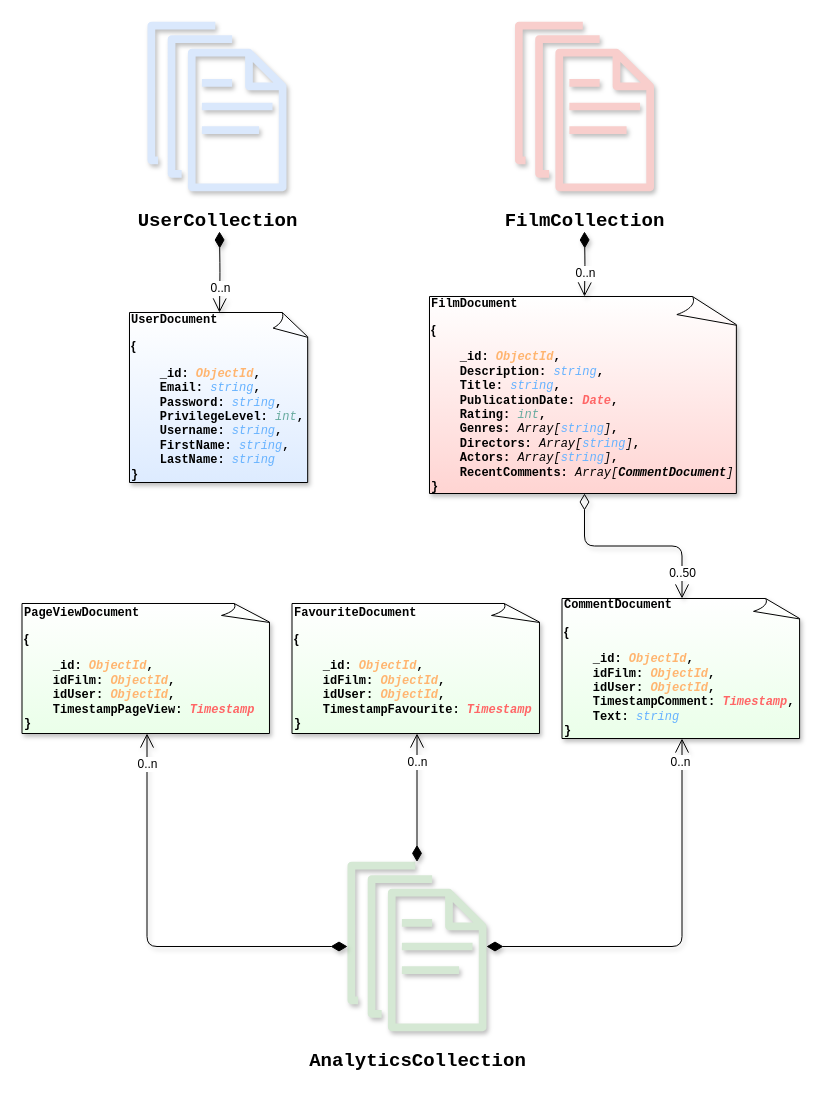
unipi-fr/LargeScaleMultiStructureDatabases keeps this draw.io diagram as Task2/Documentation/Diagrams/Data Model.drawio. Above is the earlier version. Source tidied: cells renumbered, new cells numbered last; positions are measured from the earlier drawing's top-left corner, leaving out a move shared by most shapes. Both pictures are drawn from the tidied source at 100%, with x=0, y=0 at pixel (21, 21).
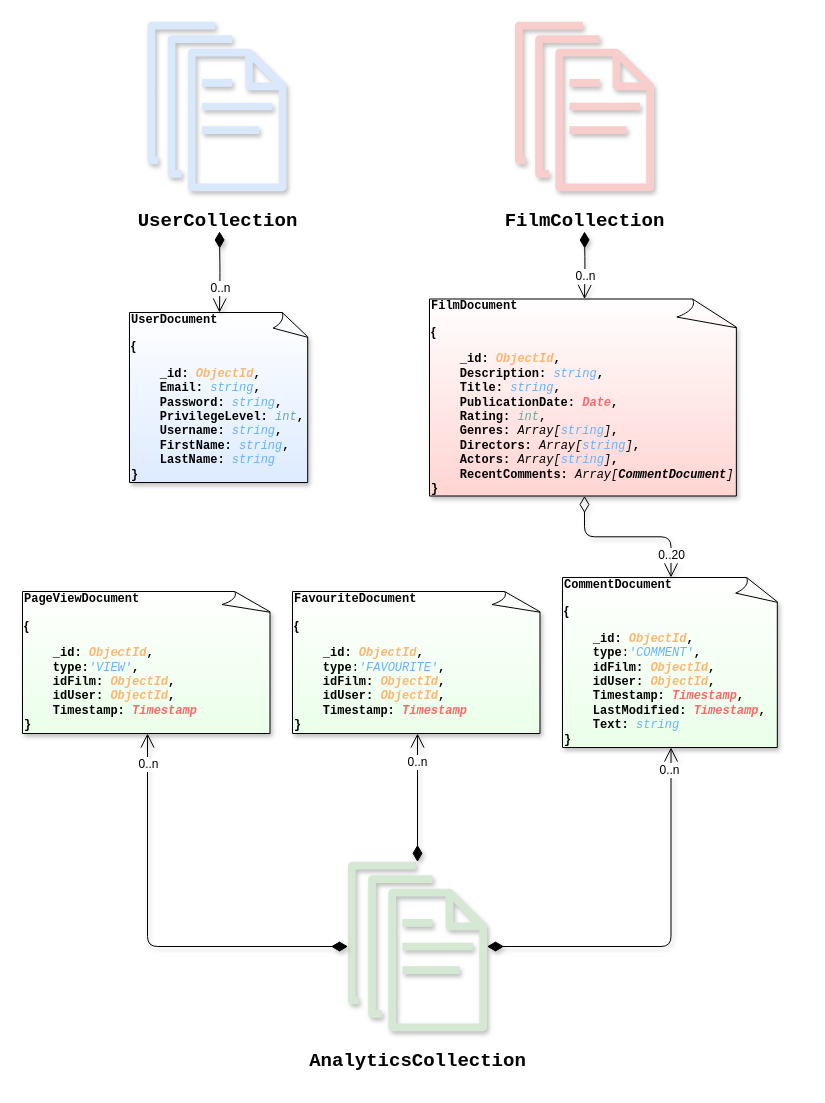
The same page after the edit.

The change refers to these unchanged cells:
```xml
<mxCell id="16" style="endArrow=open;html=1;endSize=12;startArrow=diamondThin;startSize=14;startFill=0;edgeStyle=orthogonalEdgeStyle;align=left;verticalAlign=bottom;entryX=0.5;entryY=0;entryDx=0;entryDy=0;entryPerimeter=0;exitX=0.5;exitY=1;exitDx=0;exitDy=0;exitPerimeter=0;shadow=1;" parent="1" edge="1" source="3" target="4">
  <mxGeometry x="-1" y="3" relative="1" as="geometry" />
</mxCell>
```

The edit, as a diff of the source:
```diff
@@
     <mxCell id="3" value="&lt;pre&gt;&lt;b&gt;FilmDocument&lt;/b&gt;&lt;/pre&gt;&lt;pre&gt;&lt;b style=&quot;font-family: &amp;#34;helvetica&amp;#34; ; white-space: normal&quot;&gt;{&lt;/b&gt;&lt;/pre&gt;&lt;pre&gt;&lt;b&gt;&amp;nbsp; &amp;nbsp; _id: &lt;/b&gt;&lt;font color=&quot;#ffb570&quot;&gt;&lt;b&gt;&lt;i&gt;ObjectId&lt;/i&gt;&lt;/b&gt;&lt;/font&gt;&lt;span style=&quot;font-weight: bold&quot;&gt;,&lt;br&gt;&lt;/span&gt;&lt;b&gt;&amp;nbsp; &amp;nbsp; Description: &lt;/b&gt;&lt;font color=&quot;#66b2ff&quot;&gt;&lt;i&gt;string&lt;/i&gt;&lt;/font&gt;&lt;b&gt;,&lt;br&gt;    Title: &lt;/b&gt;&lt;i&gt;&lt;font color=&quot;#66b2ff&quot;&gt;string&lt;/font&gt;&lt;/i&gt;&lt;b&gt;,&lt;br&gt;&lt;/b&gt;&lt;b&gt;&amp;nbsp; &amp;nbsp; PublicationDate: &lt;/b&gt;&lt;i&gt;&lt;font color=&quot;#ff6666&quot;&gt;&lt;b&gt;Date&lt;/b&gt;&lt;/font&gt;&lt;/i&gt;&lt;span style=&quot;font-weight: bold&quot;&gt;,&lt;br&gt;    Rating: &lt;/span&gt;&lt;i&gt;&lt;font color=&quot;#67ab9f&quot;&gt;int&lt;/font&gt;&lt;/i&gt;&lt;span style=&quot;font-weight: bold&quot;&gt;,&lt;br&gt;&lt;/span&gt;&lt;b&gt;&amp;nbsp; &amp;nbsp; Genres: &lt;/b&gt;&lt;i&gt;Array[&lt;font color=&quot;#66b2ff&quot;&gt;string&lt;/font&gt;]&lt;/i&gt;&lt;b&gt;,&lt;br&gt;&lt;/b&gt;&lt;b&gt;&amp;nbsp; &amp;nbsp; Directors: &lt;/b&gt;&lt;i&gt;Array[&lt;font color=&quot;#66b2ff&quot;&gt;string&lt;/font&gt;]&lt;/i&gt;&lt;b&gt;,&lt;br&gt;&lt;/b&gt;&lt;b&gt;&amp;nbsp; &amp;nbsp; Actors: &lt;/b&gt;&lt;i&gt;Array[&lt;font color=&quot;#66b2ff&quot;&gt;string&lt;/font&gt;]&lt;/i&gt;&lt;b&gt;,&lt;br&gt;    RecentComments: &lt;/b&gt;&lt;i&gt;Array[&lt;/i&gt;&lt;b&gt;&lt;i&gt;CommentDocument&lt;/i&gt;&lt;/b&gt;&lt;i&gt;]&lt;/i&gt;&lt;b&gt;&amp;nbsp;&lt;br&gt;}&lt;/b&gt;&lt;/pre&gt;" style="whiteSpace=wrap;html=1;shape=mxgraph.basic.document;align=left;fillColor=#FFD4D2;strokeColor=#000000;gradientColor=#ffffff;gradientDirection=north;shadow=1;" parent="1" vertex="1">
-      <mxGeometry x="408" y="275" width="310" height="197" as="geometry" />
+      <mxGeometry x="408" y="277.5" width="310" height="197" as="geometry" />
     </mxCell>
-    <mxCell id="4" value="&lt;pre&gt;&lt;b&gt;CommentDocument&lt;/b&gt;&lt;/pre&gt;&lt;pre&gt;&lt;b style=&quot;font-family: &amp;#34;helvetica&amp;#34; ; white-space: normal&quot;&gt;{&lt;/b&gt;&lt;/pre&gt;&lt;pre&gt;&lt;b&gt;&amp;nbsp; &amp;nbsp; _id: &lt;/b&gt;&lt;font color=&quot;#ffb570&quot;&gt;&lt;b&gt;&lt;i&gt;ObjectId&lt;/i&gt;&lt;/b&gt;&lt;/font&gt;&lt;span style=&quot;font-weight: bold&quot;&gt;,&lt;br&gt;&lt;/span&gt;&lt;b&gt;&amp;nbsp; &amp;nbsp; idFilm: &lt;/b&gt;&lt;i&gt;&lt;b&gt;&lt;font color=&quot;#ffb570&quot;&gt;ObjectId&lt;/font&gt;&lt;/b&gt;&lt;/i&gt;&lt;b&gt;,&lt;br&gt;&lt;/b&gt;&lt;b&gt;&amp;nbsp; &amp;nbsp; idUser: &lt;/b&gt;&lt;i&gt;&lt;b&gt;&lt;font color=&quot;#ffb570&quot;&gt;ObjectId&lt;/font&gt;&lt;/b&gt;&lt;/i&gt;&lt;b&gt;,&lt;/b&gt;&lt;span style=&quot;font-weight: bold&quot;&gt;&lt;br&gt;&lt;/span&gt;&lt;b&gt;&amp;nbsp; &amp;nbsp; TimestampComment: &lt;/b&gt;&lt;i&gt;&lt;font color=&quot;#ff6666&quot;&gt;&lt;b&gt;Timestamp&lt;/b&gt;&lt;/font&gt;&lt;/i&gt;&lt;b&gt;,&lt;br&gt;&lt;/b&gt;&lt;b&gt;&amp;nbsp; &amp;nbsp; Text: &lt;/b&gt;&lt;font color=&quot;#66b2ff&quot;&gt;&lt;i&gt;string&lt;/i&gt;&lt;/font&gt;&lt;b&gt;&amp;nbsp;&lt;br&gt;&lt;/b&gt;&lt;b&gt;}&lt;/b&gt;&lt;/pre&gt;" style="whiteSpace=wrap;html=1;shape=mxgraph.basic.document;align=left;fillColor=#EAFFE9;gradientColor=#ffffff;gradientDirection=north;shadow=1;" parent="1" vertex="1">
-      <mxGeometry x="540.5" y="577" width="240" height="140" as="geometry" />
+    <mxCell id="4" value="&lt;pre&gt;&lt;b&gt;CommentDocument&lt;/b&gt;&lt;/pre&gt;&lt;pre&gt;&lt;b style=&quot;font-family: &amp;#34;helvetica&amp;#34; ; white-space: normal&quot;&gt;{&lt;/b&gt;&lt;/pre&gt;&lt;pre&gt;&lt;b&gt;&amp;nbsp; &amp;nbsp; _id: &lt;/b&gt;&lt;font color=&quot;#ffb570&quot;&gt;&lt;b&gt;&lt;i&gt;ObjectId&lt;/i&gt;&lt;/b&gt;&lt;/font&gt;&lt;span style=&quot;font-weight: bold&quot;&gt;,&lt;br&gt;    &lt;/span&gt;&lt;b style=&quot;white-space: normal&quot;&gt;type&lt;/b&gt;&lt;span style=&quot;white-space: normal&quot;&gt;:&lt;/span&gt;&lt;font style=&quot;white-space: normal&quot;&gt;&lt;font color=&quot;#66b2ff&quot; style=&quot;font-style: italic&quot;&gt;'COMMENT'&lt;/font&gt;&lt;b&gt;,&lt;/b&gt;&lt;/font&gt;&lt;span style=&quot;font-weight: bold&quot;&gt;&lt;br&gt;&lt;/span&gt;&lt;b&gt;&amp;nbsp; &amp;nbsp; idFilm: &lt;/b&gt;&lt;i&gt;&lt;b&gt;&lt;font color=&quot;#ffb570&quot;&gt;ObjectId&lt;/font&gt;&lt;/b&gt;&lt;/i&gt;&lt;b&gt;,&lt;br&gt;&lt;/b&gt;&lt;b&gt;&amp;nbsp; &amp;nbsp; idUser: &lt;/b&gt;&lt;i&gt;&lt;b&gt;&lt;font color=&quot;#ffb570&quot;&gt;ObjectId&lt;/font&gt;&lt;/b&gt;&lt;/i&gt;&lt;b&gt;,&lt;/b&gt;&lt;span style=&quot;font-weight: bold&quot;&gt;&lt;br&gt;&lt;/span&gt;&lt;b&gt;&amp;nbsp; &amp;nbsp; Timestamp: &lt;/b&gt;&lt;i&gt;&lt;font color=&quot;#ff6666&quot;&gt;&lt;b&gt;Timestamp&lt;/b&gt;&lt;/font&gt;&lt;/i&gt;&lt;b&gt;,&lt;br/&gt;    &lt;/b&gt;&lt;span style=&quot;white-space: normal&quot;&gt;&lt;b&gt;LastModified&lt;/b&gt;&lt;/span&gt;&lt;b style=&quot;white-space: normal&quot;&gt;: &lt;/b&gt;&lt;i style=&quot;white-space: normal&quot;&gt;&lt;font color=&quot;#ff6666&quot;&gt;&lt;b&gt;Timestamp&lt;/b&gt;&lt;/font&gt;&lt;/i&gt;&lt;b style=&quot;white-space: normal&quot;&gt;,&lt;/b&gt;&lt;b&gt;&lt;br&gt;&lt;/b&gt;&lt;b&gt;&amp;nbsp; &amp;nbsp; Text: &lt;/b&gt;&lt;font color=&quot;#66b2ff&quot;&gt;&lt;i&gt;string&lt;/i&gt;&lt;/font&gt;&lt;b&gt;&amp;nbsp;&lt;br&gt;&lt;/b&gt;&lt;b&gt;}&lt;/b&gt;&lt;/pre&gt;" style="whiteSpace=wrap;html=1;shape=mxgraph.basic.document;align=left;fillColor=#EAFFE9;gradientColor=#ffffff;gradientDirection=north;shadow=1;" parent="1" vertex="1">
+      <mxGeometry x="541" y="556" width="217" height="170" as="geometry" />
     </mxCell>
-    <mxCell id="5" value="&lt;pre&gt;&lt;b&gt;FavouriteDocument&lt;/b&gt;&lt;/pre&gt;&lt;pre&gt;&lt;b style=&quot;font-family: &amp;#34;helvetica&amp;#34; ; white-space: normal&quot;&gt;{&lt;/b&gt;&lt;/pre&gt;&lt;pre&gt;&lt;b&gt;&amp;nbsp; &amp;nbsp; _id: &lt;/b&gt;&lt;font color=&quot;#ffb570&quot;&gt;&lt;b&gt;&lt;i&gt;ObjectId&lt;/i&gt;&lt;/b&gt;&lt;/font&gt;&lt;span style=&quot;font-weight: bold&quot;&gt;,&lt;br&gt;&lt;/span&gt;&lt;b&gt;&amp;nbsp; &amp;nbsp; idFilm: &lt;/b&gt;&lt;i&gt;&lt;b&gt;&lt;font color=&quot;#ffb570&quot;&gt;ObjectId&lt;/font&gt;&lt;/b&gt;&lt;/i&gt;&lt;b&gt;,&lt;br&gt;&lt;/b&gt;&lt;b&gt;&amp;nbsp; &amp;nbsp; idUser: &lt;/b&gt;&lt;i&gt;&lt;b&gt;&lt;font color=&quot;#ffb570&quot;&gt;ObjectId&lt;/font&gt;&lt;/b&gt;&lt;/i&gt;&lt;b&gt;,&lt;/b&gt;&lt;span style=&quot;font-weight: bold&quot;&gt;&lt;br&gt;&lt;/span&gt;&lt;b&gt;&amp;nbsp; &amp;nbsp; TimestampFavourite: &lt;/b&gt;&lt;i&gt;&lt;font color=&quot;#ff6666&quot;&gt;&lt;b&gt;Timestamp&lt;/b&gt;&lt;/font&gt;&lt;/i&gt;&lt;b&gt;&lt;br&gt;&lt;/b&gt;&lt;b&gt;}&lt;/b&gt;&lt;/pre&gt;" style="whiteSpace=wrap;html=1;shape=mxgraph.basic.document;align=left;fillColor=#EAFFE9;gradientColor=#ffffff;gradientDirection=north;shadow=1;" parent="1" vertex="1">
-      <mxGeometry x="270.5" y="582" width="250" height="130" as="geometry" />
+    <mxCell id="5" value="&lt;pre&gt;&lt;b&gt;FavouriteDocument&lt;/b&gt;&lt;/pre&gt;&lt;pre&gt;&lt;b style=&quot;font-family: &amp;#34;helvetica&amp;#34; ; white-space: normal&quot;&gt;{&lt;/b&gt;&lt;/pre&gt;&lt;pre&gt;&lt;b&gt;&amp;nbsp; &amp;nbsp; _id: &lt;/b&gt;&lt;font color=&quot;#ffb570&quot;&gt;&lt;b&gt;&lt;i&gt;ObjectId&lt;/i&gt;&lt;/b&gt;&lt;/font&gt;&lt;span style=&quot;font-weight: bold&quot;&gt;,&lt;br&gt;    &lt;/span&gt;&lt;b&gt;type&lt;/b&gt;:&lt;font style=&quot;white-space: normal&quot;&gt;&lt;font color=&quot;#66b2ff&quot; style=&quot;font-style: italic&quot;&gt;'FAVOURITE'&lt;/font&gt;&lt;b&gt;,&lt;/b&gt;&lt;/font&gt;&lt;span style=&quot;font-weight: bold&quot;&gt;&lt;br&gt;&lt;/span&gt;&lt;b&gt;&amp;nbsp; &amp;nbsp; idFilm: &lt;/b&gt;&lt;i&gt;&lt;b&gt;&lt;font color=&quot;#ffb570&quot;&gt;ObjectId&lt;/font&gt;&lt;/b&gt;&lt;/i&gt;&lt;b&gt;,&lt;br&gt;&lt;/b&gt;&lt;b&gt;&amp;nbsp; &amp;nbsp; idUser: &lt;/b&gt;&lt;i&gt;&lt;b&gt;&lt;font color=&quot;#ffb570&quot;&gt;ObjectId&lt;/font&gt;&lt;/b&gt;&lt;/i&gt;&lt;b&gt;,&lt;/b&gt;&lt;span style=&quot;font-weight: bold&quot;&gt;&lt;br&gt;&lt;/span&gt;&lt;b&gt;&amp;nbsp; &amp;nbsp; Timestamp: &lt;/b&gt;&lt;i&gt;&lt;font color=&quot;#ff6666&quot;&gt;&lt;b&gt;Timestamp&lt;/b&gt;&lt;/font&gt;&lt;/i&gt;&lt;b&gt;&lt;br&gt;&lt;/b&gt;&lt;b&gt;}&lt;/b&gt;&lt;/pre&gt;" style="whiteSpace=wrap;html=1;shape=mxgraph.basic.document;align=left;fillColor=#EAFFE9;gradientColor=#ffffff;gradientDirection=north;shadow=1;" parent="1" vertex="1">
+      <mxGeometry x="271" y="570" width="250" height="142" as="geometry" />
     </mxCell>
-    <mxCell id="6" value="&lt;pre&gt;&lt;b&gt;PageViewDocument&lt;/b&gt;&lt;/pre&gt;&lt;pre&gt;&lt;b style=&quot;font-family: &amp;#34;helvetica&amp;#34; ; white-space: normal&quot;&gt;{&lt;/b&gt;&lt;/pre&gt;&lt;pre&gt;&lt;b&gt;&amp;nbsp; &amp;nbsp; _id: &lt;/b&gt;&lt;font color=&quot;#ffb570&quot;&gt;&lt;b&gt;&lt;i&gt;ObjectId&lt;/i&gt;&lt;/b&gt;&lt;/font&gt;&lt;span style=&quot;font-weight: bold&quot;&gt;,&lt;br&gt;&lt;/span&gt;&lt;b&gt;&amp;nbsp; &amp;nbsp; idFilm: &lt;/b&gt;&lt;i&gt;&lt;b&gt;&lt;font color=&quot;#ffb570&quot;&gt;ObjectId&lt;/font&gt;&lt;/b&gt;&lt;/i&gt;&lt;b&gt;,&lt;br&gt;&lt;/b&gt;&lt;b&gt;&amp;nbsp; &amp;nbsp; idUser: &lt;/b&gt;&lt;i&gt;&lt;b&gt;&lt;font color=&quot;#ffb570&quot;&gt;ObjectId&lt;/font&gt;&lt;/b&gt;&lt;/i&gt;&lt;b&gt;,&lt;/b&gt;&lt;span style=&quot;font-weight: bold&quot;&gt;&lt;br&gt;&lt;/span&gt;&lt;b&gt;&amp;nbsp; &amp;nbsp; TimestampPageView: &lt;/b&gt;&lt;i&gt;&lt;font color=&quot;#ff6666&quot;&gt;&lt;b&gt;Timestamp&lt;/b&gt;&lt;/font&gt;&lt;/i&gt;&lt;b&gt;&lt;br&gt;&lt;/b&gt;&lt;b&gt;}&lt;/b&gt;&lt;/pre&gt;" style="whiteSpace=wrap;html=1;shape=mxgraph.basic.document;align=left;fillColor=#EAFFE9;gradientColor=#ffffff;gradientDirection=north;shadow=1;" parent="1" vertex="1">
-      <mxGeometry x="0.5" y="582" width="250" height="130" as="geometry" />
+    <mxCell id="6" value="&lt;pre&gt;&lt;b&gt;PageViewDocument&lt;/b&gt;&lt;/pre&gt;&lt;pre&gt;&lt;b style=&quot;font-family: &amp;#34;helvetica&amp;#34; ; white-space: normal&quot;&gt;{&lt;/b&gt;&lt;/pre&gt;&lt;pre&gt;&lt;b&gt;&amp;nbsp; &amp;nbsp; _id: &lt;/b&gt;&lt;font color=&quot;#ffb570&quot;&gt;&lt;b&gt;&lt;i&gt;ObjectId&lt;/i&gt;&lt;/b&gt;&lt;/font&gt;&lt;span style=&quot;font-weight: bold&quot;&gt;,&lt;br&gt;    type:&lt;/span&gt;&lt;font style=&quot;white-space: normal&quot;&gt;&lt;font color=&quot;#66b2ff&quot; style=&quot;font-style: italic&quot;&gt;'VIEW'&lt;/font&gt;&lt;b&gt;,&lt;/b&gt;&lt;/font&gt;&lt;span style=&quot;font-weight: bold&quot;&gt;&lt;br&gt;&lt;/span&gt;&lt;b&gt;&amp;nbsp; &amp;nbsp; idFilm: &lt;/b&gt;&lt;i&gt;&lt;b&gt;&lt;font color=&quot;#ffb570&quot;&gt;ObjectId&lt;/font&gt;&lt;/b&gt;&lt;/i&gt;&lt;b&gt;,&lt;br&gt;&lt;/b&gt;&lt;b&gt;&amp;nbsp; &amp;nbsp; idUser: &lt;/b&gt;&lt;i&gt;&lt;b&gt;&lt;font color=&quot;#ffb570&quot;&gt;ObjectId&lt;/font&gt;&lt;/b&gt;&lt;/i&gt;&lt;b&gt;,&lt;/b&gt;&lt;span style=&quot;font-weight: bold&quot;&gt;&lt;br&gt;&lt;/span&gt;&lt;b&gt;&amp;nbsp; &amp;nbsp; Timestamp: &lt;/b&gt;&lt;i&gt;&lt;font color=&quot;#ff6666&quot;&gt;&lt;b&gt;Timestamp&lt;/b&gt;&lt;/font&gt;&lt;/i&gt;&lt;b&gt;&lt;br&gt;&lt;/b&gt;&lt;b&gt;}&lt;/b&gt;&lt;/pre&gt;" style="whiteSpace=wrap;html=1;shape=mxgraph.basic.document;align=left;fillColor=#EAFFE9;gradientColor=#ffffff;gradientDirection=north;shadow=1;" parent="1" vertex="1">
+      <mxGeometry x="1" y="570" width="250" height="142" as="geometry" />
     </mxCell>
@@
     <mxCell id="9" value="&lt;pre&gt;&lt;font style=&quot;font-size: 19px&quot;&gt;&lt;b&gt;AnalyticsCollection&lt;/b&gt;&lt;/font&gt;&lt;/pre&gt;" style="outlineConnect=0;dashed=0;verticalLabelPosition=bottom;verticalAlign=top;align=center;html=1;fontSize=12;fontStyle=0;shape=mxgraph.aws4.documents;fillColor=#d5e8d4;strokeColor=#82b366;shadow=1;" parent="1" vertex="1">
-      <mxGeometry x="326" y="840" width="139" height="170" as="geometry" />
+      <mxGeometry x="326.5" y="840" width="139" height="170" as="geometry" />
     </mxCell>
@@
-    <mxCell id="17" value="0..50" style="text;html=1;align=center;verticalAlign=middle;labelBackgroundColor=#ffffff;" parent="16" vertex="1">
+    <mxCell id="17" value="0..20" style="text;html=1;align=center;verticalAlign=middle;labelBackgroundColor=#ffffff;" parent="16" vertex="1">
       <mxGeometry x="0.9" relative="1" as="geometry">
         <mxPoint y="-15" as="offset" />
       </mxGeometry>
     </mxCell>
```
